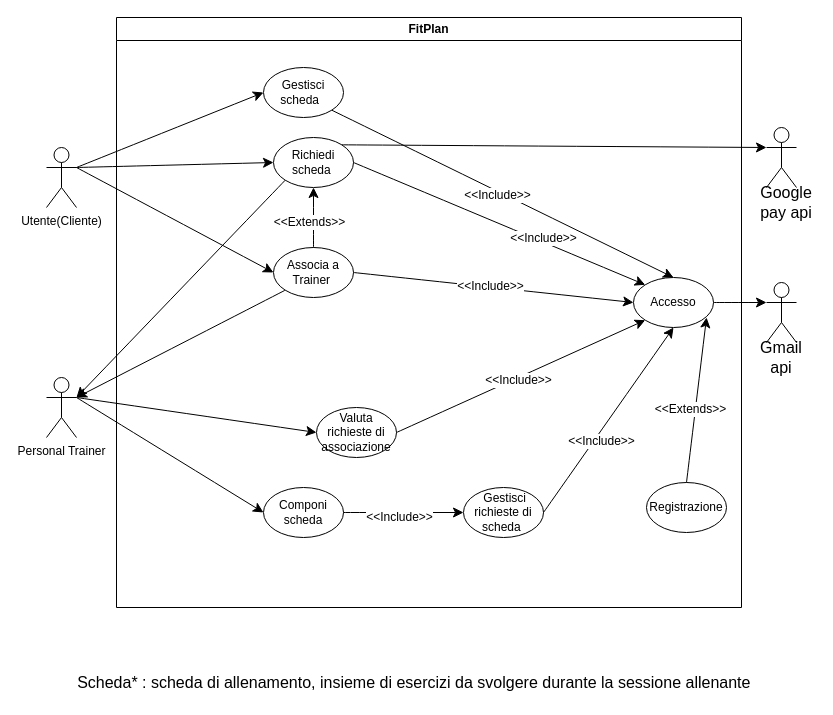
The draw.io diagram UseCaseDiagram/UseCaseDiagram.drawio in FedericoSib/FitPlan, before the edit. Source tidied: cells renumbered, new cells numbered last; positions are measured from the earlier drawing's top-left corner, leaving out a move shared by most shapes. Both pictures are drawn from the tidied source at 100%, with x=0, y=0 at pixel (46, 17).
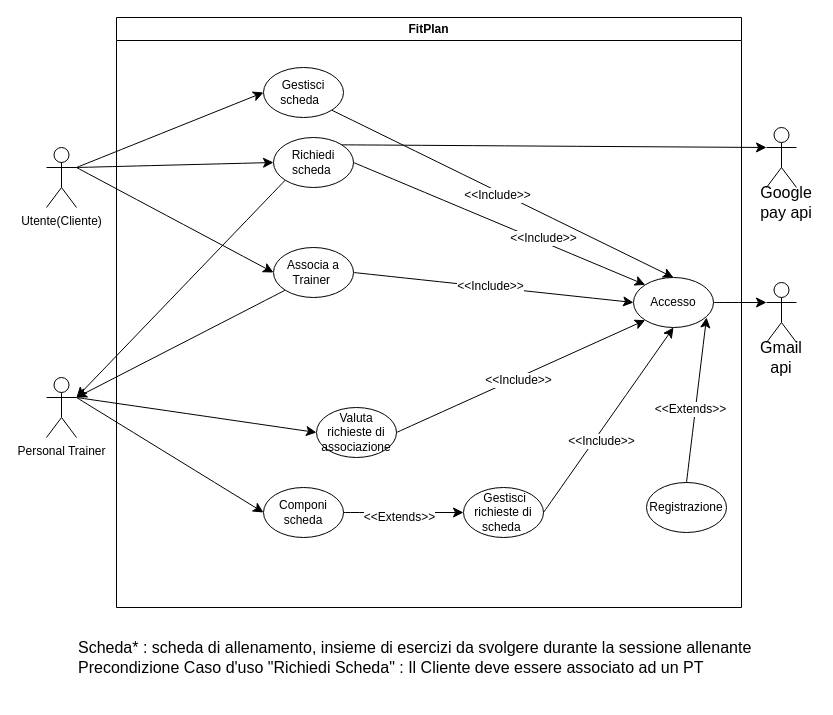
Above is the later version.

Unchanged cells that the change refers to:
```xml
<mxCell id="2" value="FitPlan" style="swimlane;whiteSpace=wrap;html=1;" parent="1" vertex="1">
  <mxGeometry x="70" width="625" height="590" as="geometry" />
</mxCell>
<mxCell id="6" value="Associa a Trainer&amp;nbsp;" style="ellipse;whiteSpace=wrap;html=1;" parent="2" vertex="1">
  <mxGeometry x="157" y="230" width="80" height="50" as="geometry" />
</mxCell>
<mxCell id="7" value="Richiedi scheda&amp;nbsp;" style="ellipse;whiteSpace=wrap;html=1;" parent="2" vertex="1">
  <mxGeometry x="157" y="120" width="80" height="50" as="geometry" />
</mxCell>
<mxCell id="10" style="edgeStyle=none;jettySize=auto;html=1;rounded=0;fontSize=12;startSize=8;endSize=8;curved=1;entryX=0;entryY=0.5;entryDx=0;entryDy=0;exitX=1;exitY=0.5;exitDx=0;exitDy=0;" parent="2" edge="1" source="8" target="9">
  <mxGeometry relative="1" as="geometry" />
</mxCell>
```

Diff of the diagram source:
```diff
@@
-    <mxCell id="11" value="&amp;lt;&amp;lt;Include&amp;gt;&amp;gt;" style="edgeLabel;html=1;align=center;verticalAlign=middle;fontSize=12;" parent="10" vertex="1">
+    <mxCell id="11" value="&amp;lt;&amp;lt;Extends&amp;gt;&amp;gt;" style="edgeLabel;html=1;align=center;verticalAlign=middle;fontSize=12;" parent="10" vertex="1">
       <mxGeometry x="-0.07" y="-4" relative="1" as="geometry">
         <mxPoint x="-1" as="offset" />
       </mxGeometry>
     </mxCell>
@@
-    <mxCell id="25" style="edgeStyle=none;jettySize=auto;html=1;rounded=0;fontSize=12;startSize=8;endSize=8;curved=1;exitX=0.5;exitY=0;exitDx=0;exitDy=0;entryX=0.5;entryY=1;entryDx=0;entryDy=0;" parent="2" edge="1" source="6" target="7">
-      <mxGeometry relative="1" as="geometry" />
-    </mxCell>
-    <mxCell id="26" value="&amp;lt;&amp;lt;Extends&amp;gt;&amp;gt;" style="edgeLabel;html=1;align=center;verticalAlign=middle;fontSize=12;" parent="25" vertex="1">
-      <mxGeometry x="-0.12" y="5" relative="1" as="geometry" />
-    </mxCell>
@@
-    <mxCell id="35" value="Scheda* : scheda di allenamento, insieme di esercizi da svolgere durante la sessione allenante&amp;nbsp;" style="text;html=1;whiteSpace=wrap;strokeColor=none;fillColor=none;align=center;verticalAlign=middle;rounded=0;fontSize=16;" parent="1" vertex="1">
-      <mxGeometry x="30" y="650" width="680" height="30" as="geometry" />
+    <mxCell id="35" value="&lt;div align=&quot;left&quot;&gt;Scheda* : scheda di allenamento, insieme di esercizi da svolgere durante la sessione allenante&lt;/div&gt;&lt;div align=&quot;left&quot;&gt;Precondizione Caso d'uso &quot;Richiedi Scheda&quot; : Il Cliente deve essere associato ad un PT&lt;/div&gt;" style="text;html=1;whiteSpace=wrap;strokeColor=none;fillColor=none;align=left;verticalAlign=middle;rounded=0;fontSize=16;" parent="1" vertex="1">
+      <mxGeometry x="30" y="610" width="680" height="60" as="geometry" />
     </mxCell>
```
